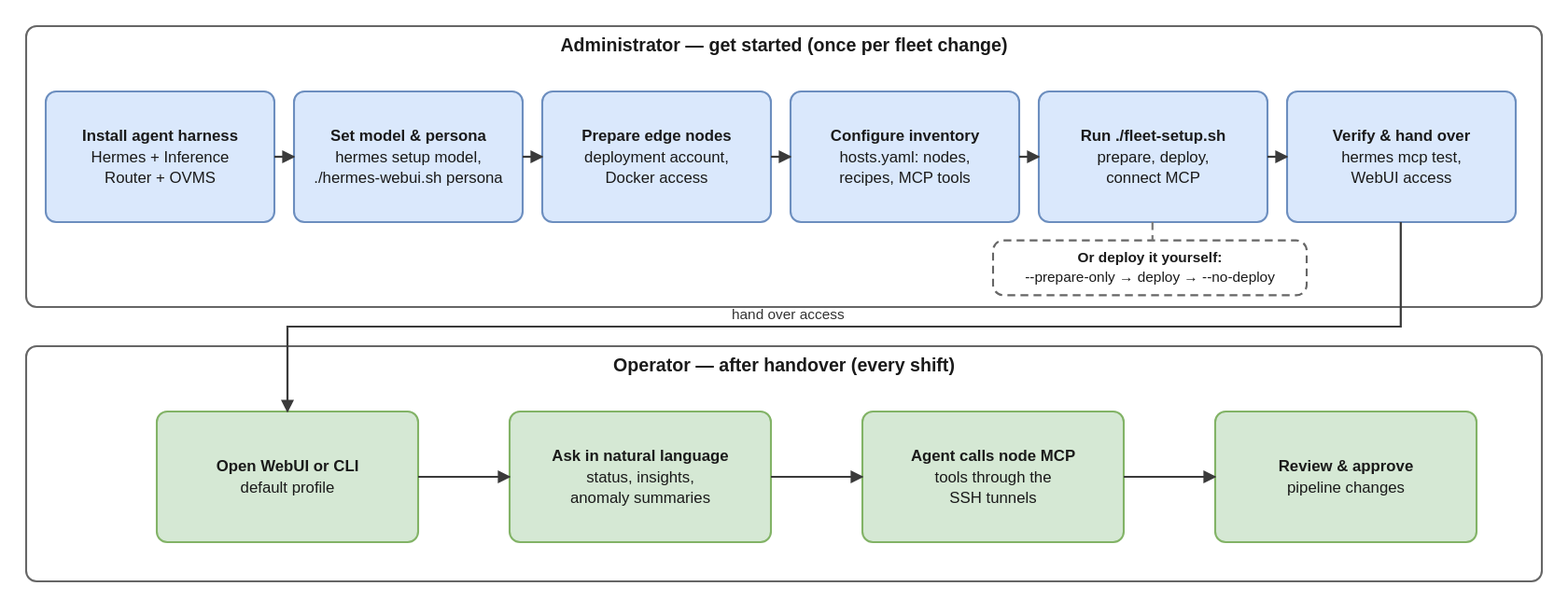
Before: factory-defects-inspector-agent/docs/user-guide/_assets/fdi-admin-operator-flows.drawio.svg, a diagram exported from draw.io (open-edge-platform/manufacturing-ai-suite). Source tidied: cells renumbered, new cells last; positions are measured from the earlier drawing's top-left corner, leaving out a move shared by most shapes.
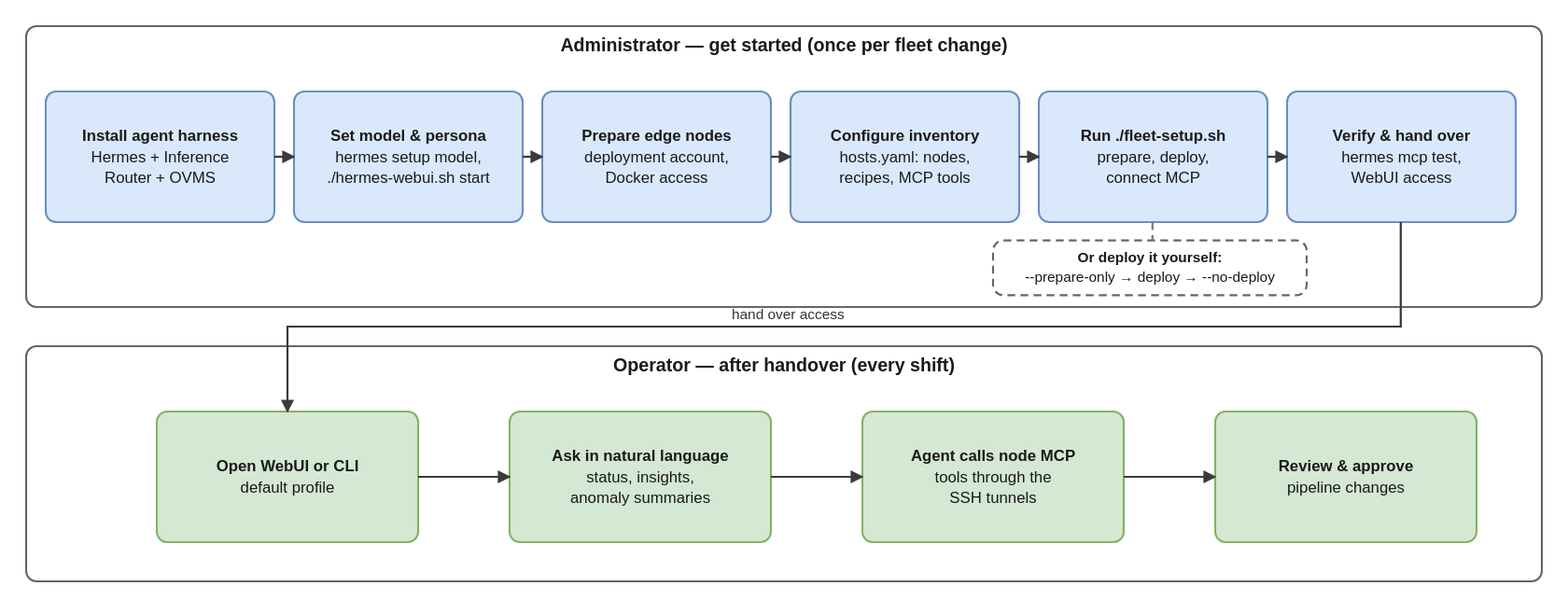
After the commit.

Commit message:
refactor(factory-defects-inspector-agent): simplify hermes-webui.sh to start/stop

What changed in the source:
```diff
@@ -11,7 +11,7 @@
     <mxCell id="4" value="Install agent harness&lt;br&gt;Hermes + Inference&lt;br&gt;Router + OVMS" style="rounded=1;whiteSpace=wrap;html=1;fillColor=#dae8fc;strokeColor=#6c8ebf;fontStyle=1;fontSize=12;" parent="1" vertex="1">
       <mxGeometry x="15" y="50" width="175" height="100" as="geometry" />
     </mxCell>
-    <mxCell id="5" value="Set model &amp; persona&lt;br&gt;hermes setup model,&lt;br&gt;./hermes-webui.sh persona" style="rounded=1;whiteSpace=wrap;html=1;fillColor=#dae8fc;strokeColor=#6c8ebf;fontStyle=1;fontSize=12;" parent="1" vertex="1">
+    <mxCell id="5" value="Set model &amp; persona&lt;br&gt;hermes setup model,&lt;br&gt;./hermes-webui.sh start" style="rounded=1;whiteSpace=wrap;html=1;fillColor=#dae8fc;strokeColor=#6c8ebf;fontStyle=1;fontSize=12;" parent="1" vertex="1">
       <mxGeometry x="205" y="50" width="175" height="100" as="geometry" />
     </mxCell>
     <mxCell id="6" value="Prepare edge nodes&lt;br&gt;deployment account,&lt;br&gt;Docker access" style="rounded=1;whiteSpace=wrap;html=1;fillColor=#dae8fc;strokeColor=#6c8ebf;fontStyle=1;fontSize=12;" parent="1" vertex="1">
```
